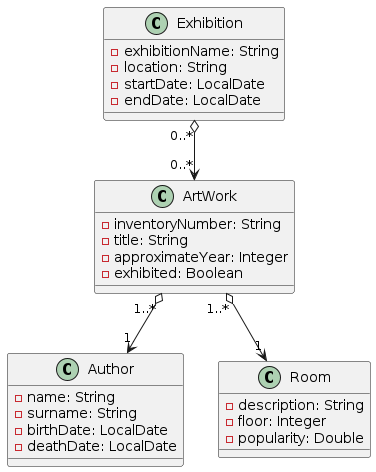
Before: docs/museum.models.png, a diagram exported from PlantUML (wzzzzwwzw/apaw-practice).
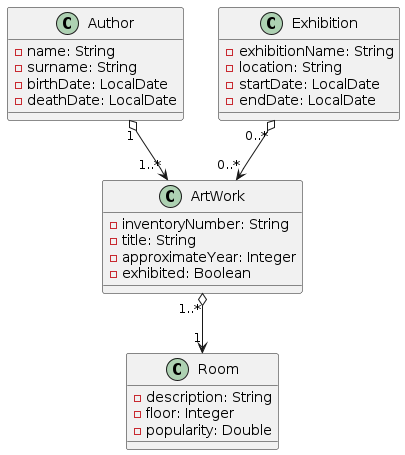
Above is the later version.

Commit message:
Updates Museum class diagram #458

Diff of the diagram source:
```diff
@@ -28,7 +28,7 @@
 }
 
 
-ArtWork "1..*" o--> "1" Author
+Author "1" o--> "1..*" ArtWork
 ArtWork "1..*" o--> "1" Room
 Exhibition "0..*" o--> "0..*" ArtWork
 
```
